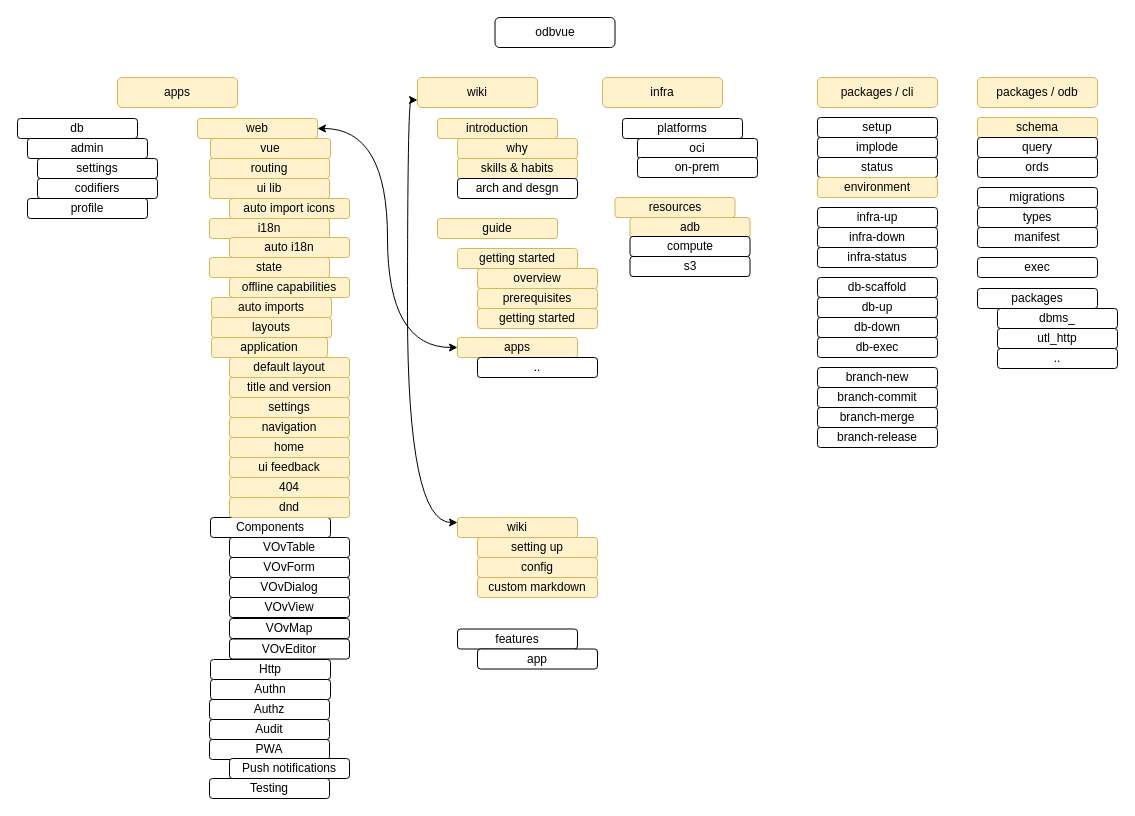
Above: roadmap.drawio in odbvue/odbvue (draw.io), before the change. Source tidied: cells renumbered, new cells numbered last; positions are measured from the earlier drawing's top-left corner, leaving out a move shared by most shapes. Both pictures are drawn from the tidied source at 100%, with x=0, y=0 at pixel (17, 17).
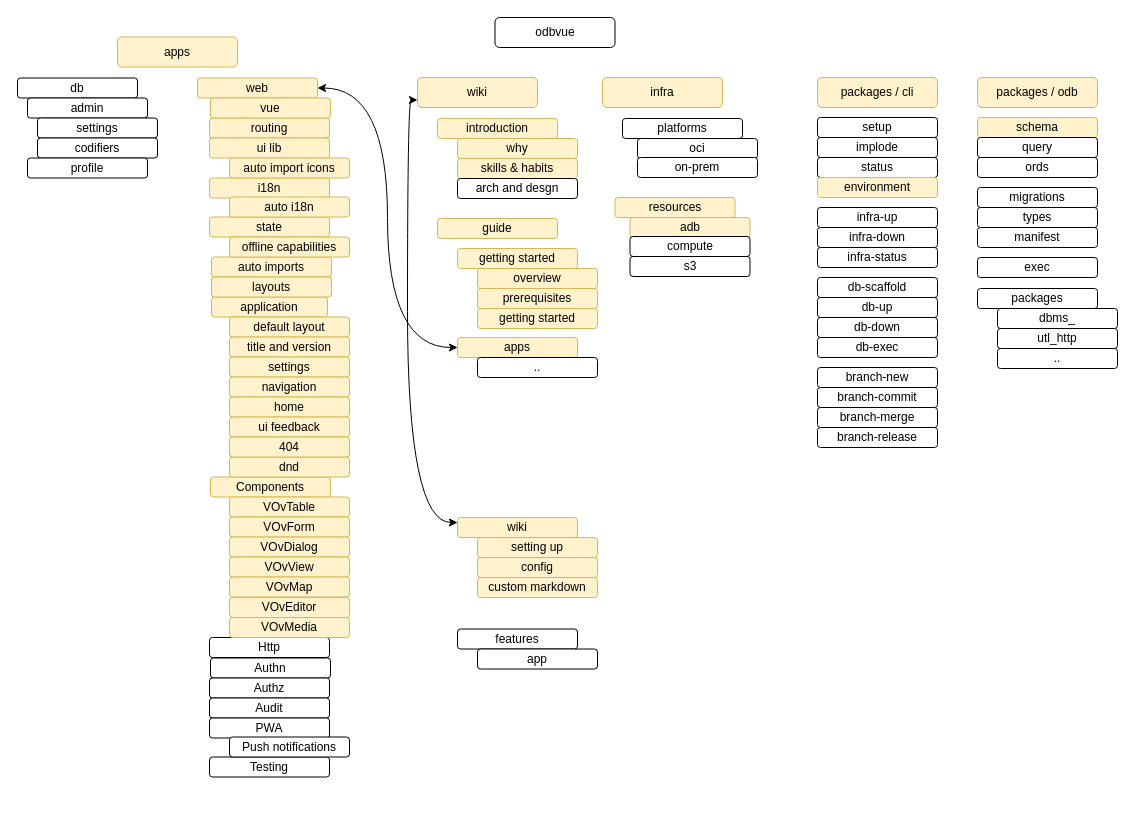
The same diagram, later.

Diff of the diagram source:
```diff
@@
     <mxCell id="3" value="apps" style="rounded=1;whiteSpace=wrap;html=1;fillColor=#fff2cc;strokeColor=#d6b656;" parent="1" vertex="1">
-      <mxGeometry x="100" y="60" width="120" height="30" as="geometry" />
+      <mxGeometry x="100" y="19.5" width="120" height="30" as="geometry" />
     </mxCell>
@@
     <mxCell id="36" value="web" style="rounded=1;whiteSpace=wrap;html=1;fillColor=#fff2cc;strokeColor=#d6b656;" parent="1" vertex="1">
-      <mxGeometry x="180" y="101" width="120" height="20" as="geometry" />
+      <mxGeometry x="180" y="60.5" width="120" height="20" as="geometry" />
     </mxCell>
     <mxCell id="37" value="db" style="rounded=1;whiteSpace=wrap;html=1;" parent="1" vertex="1">
-      <mxGeometry y="101" width="120" height="20" as="geometry" />
+      <mxGeometry y="60.5" width="120" height="20" as="geometry" />
     </mxCell>
     <mxCell id="38" value="admin" style="rounded=1;whiteSpace=wrap;html=1;" parent="1" vertex="1">
-      <mxGeometry x="10" y="121" width="120" height="20" as="geometry" />
+      <mxGeometry x="10" y="80.5" width="120" height="20" as="geometry" />
     </mxCell>
     <mxCell id="39" value="settings" style="rounded=1;whiteSpace=wrap;html=1;" parent="1" vertex="1">
-      <mxGeometry x="20" y="141" width="120" height="20" as="geometry" />
+      <mxGeometry x="20" y="100.5" width="120" height="20" as="geometry" />
     </mxCell>
     <mxCell id="40" value="codifiers" style="rounded=1;whiteSpace=wrap;html=1;" parent="1" vertex="1">
-      <mxGeometry x="20" y="161" width="120" height="20" as="geometry" />
+      <mxGeometry x="20" y="120.5" width="120" height="20" as="geometry" />
     </mxCell>
@@
     <mxCell id="48" value="routing" style="rounded=1;whiteSpace=wrap;html=1;fillColor=#fff2cc;strokeColor=#d6b656;" parent="1" vertex="1">
-      <mxGeometry x="192" y="141" width="120" height="20" as="geometry" />
+      <mxGeometry x="192" y="100.5" width="120" height="20" as="geometry" />
     </mxCell>
     <mxCell id="49" value="ui lib" style="rounded=1;whiteSpace=wrap;html=1;fillColor=#fff2cc;strokeColor=#d6b656;" parent="1" vertex="1">
-      <mxGeometry x="192" y="161" width="120" height="20" as="geometry" />
+      <mxGeometry x="192" y="120.5" width="120" height="20" as="geometry" />
     </mxCell>
     <mxCell id="50" value="i18n" style="rounded=1;whiteSpace=wrap;html=1;fillColor=#fff2cc;strokeColor=#d6b656;" parent="1" vertex="1">
-      <mxGeometry x="192" y="201" width="120" height="20" as="geometry" />
+      <mxGeometry x="192" y="160.5" width="120" height="20" as="geometry" />
     </mxCell>
     <mxCell id="51" value="state" style="rounded=1;whiteSpace=wrap;html=1;fillColor=#fff2cc;strokeColor=#d6b656;" parent="1" vertex="1">
-      <mxGeometry x="192" y="240" width="120" height="20" as="geometry" />
+      <mxGeometry x="192" y="199.5" width="120" height="20" as="geometry" />
     </mxCell>
     <mxCell id="52" value="Testing" style="rounded=1;whiteSpace=wrap;html=1;" parent="1" vertex="1">
-      <mxGeometry x="192" y="761" width="120" height="20" as="geometry" />
+      <mxGeometry x="192" y="739.5" width="120" height="20" as="geometry" />
     </mxCell>
-    <mxCell id="53" value="Components" style="rounded=1;whiteSpace=wrap;html=1;" parent="1" vertex="1">
-      <mxGeometry x="193" y="500" width="120" height="20" as="geometry" />
+    <mxCell id="53" value="Components" style="rounded=1;whiteSpace=wrap;html=1;fillColor=#fff2cc;strokeColor=#d6b656;" parent="1" vertex="1">
+      <mxGeometry x="193" y="459.5" width="120" height="20" as="geometry" />
     </mxCell>
-    <mxCell id="54" value="VOvTable" style="rounded=1;whiteSpace=wrap;html=1;" parent="1" vertex="1">
-      <mxGeometry x="212" y="520" width="120" height="20" as="geometry" />
+    <mxCell id="54" value="VOvTable" style="rounded=1;whiteSpace=wrap;html=1;fillColor=#fff2cc;strokeColor=#d6b656;" parent="1" vertex="1">
+      <mxGeometry x="212" y="479.5" width="120" height="20" as="geometry" />
     </mxCell>
-    <mxCell id="55" value="VOvForm" style="rounded=1;whiteSpace=wrap;html=1;" parent="1" vertex="1">
-      <mxGeometry x="212" y="540" width="120" height="20" as="geometry" />
+    <mxCell id="55" value="VOvForm" style="rounded=1;whiteSpace=wrap;html=1;fillColor=#fff2cc;strokeColor=#d6b656;" parent="1" vertex="1">
+      <mxGeometry x="212" y="499.5" width="120" height="20" as="geometry" />
     </mxCell>
-    <mxCell id="56" value="VOvDialog" style="rounded=1;whiteSpace=wrap;html=1;" parent="1" vertex="1">
-      <mxGeometry x="212" y="560" width="120" height="20" as="geometry" />
+    <mxCell id="56" value="VOvDialog" style="rounded=1;whiteSpace=wrap;html=1;fillColor=#fff2cc;strokeColor=#d6b656;" parent="1" vertex="1">
+      <mxGeometry x="212" y="519.5" width="120" height="20" as="geometry" />
     </mxCell>
     <mxCell id="57" value="Http" style="rounded=1;whiteSpace=wrap;html=1;" parent="1" vertex="1">
-      <mxGeometry x="193" y="642" width="120" height="20" as="geometry" />
+      <mxGeometry x="192" y="620" width="120" height="20" as="geometry" />
     </mxCell>
     <mxCell id="58" value="Authn" style="rounded=1;whiteSpace=wrap;html=1;" parent="1" vertex="1">
-      <mxGeometry x="193" y="662" width="120" height="20" as="geometry" />
+      <mxGeometry x="193" y="640.5" width="120" height="20" as="geometry" />
     </mxCell>
     <mxCell id="59" value="auto imports" style="rounded=1;whiteSpace=wrap;html=1;fillColor=#fff2cc;strokeColor=#d6b656;" parent="1" vertex="1">
-      <mxGeometry x="194" y="280" width="120" height="20" as="geometry" />
+      <mxGeometry x="194" y="239.5" width="120" height="20" as="geometry" />
     </mxCell>
-    <mxCell id="60" value="VOvView" style="rounded=1;whiteSpace=wrap;html=1;" parent="1" vertex="1">
-      <mxGeometry x="212" y="580" width="120" height="20" as="geometry" />
+    <mxCell id="60" value="VOvView" style="rounded=1;whiteSpace=wrap;html=1;fillColor=#fff2cc;strokeColor=#d6b656;" parent="1" vertex="1">
+      <mxGeometry x="212" y="539.5" width="120" height="20" as="geometry" />
     </mxCell>
-    <mxCell id="61" value="VOvMap" style="rounded=1;whiteSpace=wrap;html=1;" parent="1" vertex="1">
-      <mxGeometry x="212" y="601" width="120" height="20" as="geometry" />
+    <mxCell id="61" value="VOvMap" style="rounded=1;whiteSpace=wrap;html=1;fillColor=#fff2cc;strokeColor=#d6b656;" parent="1" vertex="1">
+      <mxGeometry x="212" y="559.5" width="120" height="20" as="geometry" />
     </mxCell>
     <mxCell id="62" value="Authz" style="rounded=1;whiteSpace=wrap;html=1;" parent="1" vertex="1">
-      <mxGeometry x="192" y="682" width="120" height="20" as="geometry" />
+      <mxGeometry x="192" y="660.5" width="120" height="20" as="geometry" />
     </mxCell>
     <mxCell id="63" value="Audit" style="rounded=1;whiteSpace=wrap;html=1;" parent="1" vertex="1">
-      <mxGeometry x="192" y="702" width="120" height="20" as="geometry" />
+      <mxGeometry x="192" y="680.5" width="120" height="20" as="geometry" />
     </mxCell>
     <mxCell id="64" value="PWA" style="rounded=1;whiteSpace=wrap;html=1;" parent="1" vertex="1">
-      <mxGeometry x="192" y="722" width="120" height="20" as="geometry" />
+      <mxGeometry x="192" y="700.5" width="120" height="20" as="geometry" />
     </mxCell>
-    <mxCell id="65" value="VOvEditor" style="rounded=1;whiteSpace=wrap;html=1;" parent="1" vertex="1">
-      <mxGeometry x="212" y="621.5" width="120" height="20" as="geometry" />
+    <mxCell id="65" value="VOvEditor" style="rounded=1;whiteSpace=wrap;html=1;fillColor=#fff2cc;strokeColor=#d6b656;" parent="1" vertex="1">
+      <mxGeometry x="212" y="580" width="120" height="20" as="geometry" />
     </mxCell>
     <mxCell id="66" value="Push notifications" style="rounded=1;whiteSpace=wrap;html=1;" parent="1" vertex="1">
-      <mxGeometry x="212" y="741" width="120" height="20" as="geometry" />
+      <mxGeometry x="212" y="719.5" width="120" height="20" as="geometry" />
     </mxCell>
     <mxCell id="67" value="offline capabilities" style="rounded=1;whiteSpace=wrap;html=1;fillColor=#fff2cc;strokeColor=#d6b656;" parent="1" vertex="1">
-      <mxGeometry x="212" y="260" width="120" height="20" as="geometry" />
+      <mxGeometry x="212" y="219.5" width="120" height="20" as="geometry" />
     </mxCell>
     <mxCell id="68" value="vue" style="rounded=1;whiteSpace=wrap;html=1;fillColor=#fff2cc;strokeColor=#d6b656;" parent="1" vertex="1">
-      <mxGeometry x="193" y="121" width="120" height="20" as="geometry" />
+      <mxGeometry x="193" y="80.5" width="120" height="20" as="geometry" />
     </mxCell>
     <mxCell id="69" value="profile" style="rounded=1;whiteSpace=wrap;html=1;" parent="1" vertex="1">
-      <mxGeometry x="10" y="181" width="120" height="20" as="geometry" />
+      <mxGeometry x="10" y="140.5" width="120" height="20" as="geometry" />
     </mxCell>
@@
     <mxCell id="85" value="auto import icons" style="rounded=1;whiteSpace=wrap;html=1;fillColor=#fff2cc;strokeColor=#d6b656;" parent="1" vertex="1">
-      <mxGeometry x="212" y="181" width="120" height="20" as="geometry" />
+      <mxGeometry x="212" y="140.5" width="120" height="20" as="geometry" />
     </mxCell>
     <mxCell id="86" value="application" style="rounded=1;whiteSpace=wrap;html=1;fillColor=#fff2cc;strokeColor=#d6b656;" parent="1" vertex="1">
-      <mxGeometry x="194" y="320" width="116" height="20" as="geometry" />
+      <mxGeometry x="194" y="279.5" width="116" height="20" as="geometry" />
     </mxCell>
     <mxCell id="87" value="auto i18n" style="rounded=1;whiteSpace=wrap;html=1;fillColor=#fff2cc;strokeColor=#d6b656;" parent="1" vertex="1">
-      <mxGeometry x="212" y="220" width="120" height="20" as="geometry" />
+      <mxGeometry x="212" y="179.5" width="120" height="20" as="geometry" />
     </mxCell>
     <mxCell id="88" value="layouts" style="rounded=1;whiteSpace=wrap;html=1;fillColor=#fff2cc;strokeColor=#d6b656;" parent="1" vertex="1">
-      <mxGeometry x="194" y="300" width="120" height="20" as="geometry" />
+      <mxGeometry x="194" y="259.5" width="120" height="20" as="geometry" />
     </mxCell>
     <mxCell id="89" value="dnd" style="rounded=1;whiteSpace=wrap;html=1;fillColor=#fff2cc;strokeColor=#d6b656;" parent="1" vertex="1">
-      <mxGeometry x="212" y="480" width="120" height="20" as="geometry" />
+      <mxGeometry x="212" y="439.5" width="120" height="20" as="geometry" />
     </mxCell>
     <mxCell id="90" value="default layout" style="rounded=1;whiteSpace=wrap;html=1;fillColor=#fff2cc;strokeColor=#d6b656;" parent="1" vertex="1">
-      <mxGeometry x="212" y="340" width="120" height="20" as="geometry" />
+      <mxGeometry x="212" y="299.5" width="120" height="20" as="geometry" />
     </mxCell>
     <mxCell id="91" value="title and version" style="rounded=1;whiteSpace=wrap;html=1;fillColor=#fff2cc;strokeColor=#d6b656;" parent="1" vertex="1">
-      <mxGeometry x="212" y="360" width="120" height="20" as="geometry" />
+      <mxGeometry x="212" y="319.5" width="120" height="20" as="geometry" />
     </mxCell>
     <mxCell id="92" value="settings" style="rounded=1;whiteSpace=wrap;html=1;fillColor=#fff2cc;strokeColor=#d6b656;" parent="1" vertex="1">
-      <mxGeometry x="212" y="380" width="120" height="20" as="geometry" />
+      <mxGeometry x="212" y="339.5" width="120" height="20" as="geometry" />
     </mxCell>
     <mxCell id="93" value="navigation" style="rounded=1;whiteSpace=wrap;html=1;fillColor=#fff2cc;strokeColor=#d6b656;" parent="1" vertex="1">
-      <mxGeometry x="212" y="400" width="120" height="20" as="geometry" />
+      <mxGeometry x="212" y="359.5" width="120" height="20" as="geometry" />
     </mxCell>
     <mxCell id="94" value="home" style="rounded=1;whiteSpace=wrap;html=1;fillColor=#fff2cc;strokeColor=#d6b656;" parent="1" vertex="1">
-      <mxGeometry x="212" y="420" width="120" height="20" as="geometry" />
+      <mxGeometry x="212" y="379.5" width="120" height="20" as="geometry" />
     </mxCell>
     <mxCell id="95" value="ui feedback" style="rounded=1;whiteSpace=wrap;html=1;fillColor=#fff2cc;strokeColor=#d6b656;" parent="1" vertex="1">
-      <mxGeometry x="212" y="440" width="120" height="20" as="geometry" />
+      <mxGeometry x="212" y="399.5" width="120" height="20" as="geometry" />
     </mxCell>
     <mxCell id="96" value="404" style="rounded=1;whiteSpace=wrap;html=1;fillColor=#fff2cc;strokeColor=#d6b656;" parent="1" vertex="1">
-      <mxGeometry x="212" y="460" width="120" height="20" as="geometry" />
+      <mxGeometry x="212" y="419.5" width="120" height="20" as="geometry" />
     </mxCell>
@@
+    <mxCell id="99" value="VOvMedia" style="rounded=1;whiteSpace=wrap;html=1;fillColor=#fff2cc;strokeColor=#d6b656;" parent="1" vertex="1">
+      <mxGeometry x="212" y="600" width="120" height="20" as="geometry" />
+    </mxCell>
```
